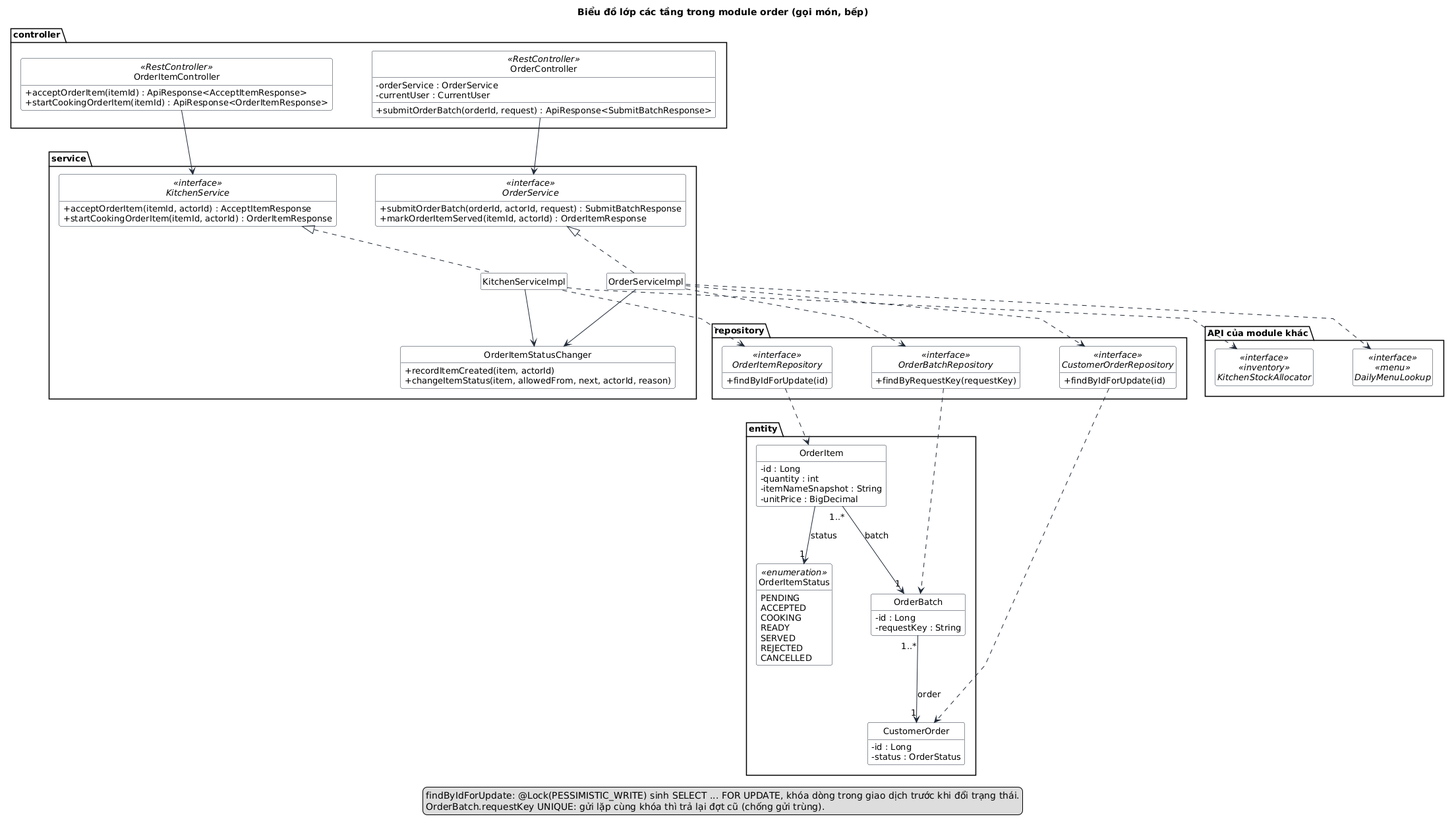
Before: docs/bao-cao-ltnc/uml/class-ban-hang.png, a diagram exported from PlantUML (Anpham120/restaurant-management-system).
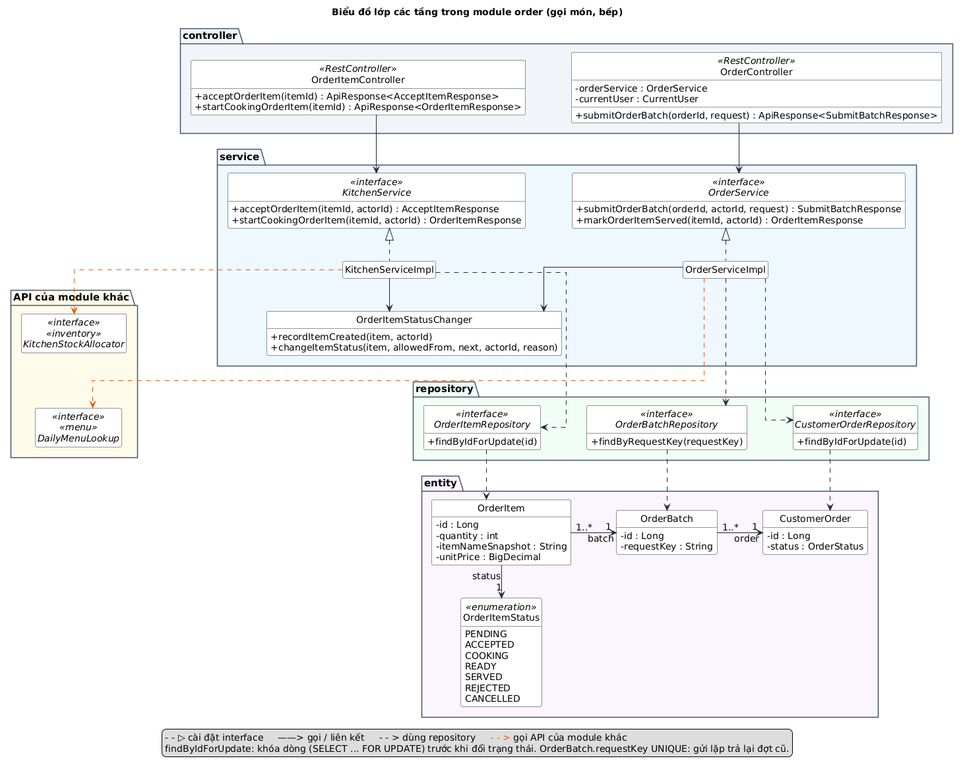
The same file after the commit.

Change to the diagram source:
```diff
@@ -2,63 +2,77 @@
 !include _style.iuml
 skinparam style strictuml
 hide empty members
+skinparam linetype ortho
+skinparam nodesep 70
+skinparam ranksep 50
+skinparam defaultFontSize 14
+skinparam package {
+  BorderColor #475569
+  FontStyle bold
+  FontSize 15
+}
 title Biểu đồ lớp các tầng trong module order (gọi món, bếp)
-skinparam linetype polyline
-skinparam nodesep 60
-skinparam ranksep 70
 
-package "controller" {
+package "controller" #F1F5F9 {
+  class OrderItemController <<RestController>> {
+    + acceptOrderItem(itemId) : ApiResponse<AcceptItemResponse>
+    + startCookingOrderItem(itemId) : ApiResponse<OrderItemResponse>
+  }
   class OrderController <<RestController>> {
     - orderService : OrderService
     - currentUser : CurrentUser
     + submitOrderBatch(orderId, request) : ApiResponse<SubmitBatchResponse>
   }
-  class OrderItemController <<RestController>> {
-    + acceptOrderItem(itemId) : ApiResponse<AcceptItemResponse>
-    + startCookingOrderItem(itemId) : ApiResponse<OrderItemResponse>
+}
+
+package "service" #EFF6FF {
+  interface KitchenService <<interface>> {
+    + acceptOrderItem(itemId, actorId) : AcceptItemResponse
+    + startCookingOrderItem(itemId, actorId) : OrderItemResponse
   }
-}
-package "service" {
   interface OrderService <<interface>> {
     + submitOrderBatch(orderId, actorId, request) : SubmitBatchResponse
     + markOrderItemServed(itemId, actorId) : OrderItemResponse
   }
-  interface KitchenService <<interface>> {
-    + acceptOrderItem(itemId, actorId) : AcceptItemResponse
-    + startCookingOrderItem(itemId, actorId) : OrderItemResponse
-  }
+  class KitchenServiceImpl
   class OrderServiceImpl
-  class KitchenServiceImpl
   class OrderItemStatusChanger {
     + recordItemCreated(item, actorId)
     + changeItemStatus(item, allowedFrom, next, actorId, reason)
   }
 }
-package "repository" {
-  interface CustomerOrderRepository <<interface>> {
+
+package "API của module khác" #FFFBEB {
+  interface KitchenStockAllocator <<interface>> <<inventory>>
+  interface DailyMenuLookup <<interface>> <<menu>>
+}
+
+package "repository" #F0FDF4 {
+  interface OrderItemRepository <<interface>> {
     + findByIdForUpdate(id)
   }
   interface OrderBatchRepository <<interface>> {
     + findByRequestKey(requestKey)
   }
-  interface OrderItemRepository <<interface>> {
+  interface CustomerOrderRepository <<interface>> {
     + findByIdForUpdate(id)
   }
 }
-package "entity" {
-  class CustomerOrder {
+
+package "entity" #FAF5FF {
+  class OrderItem {
     - id : Long
-    - status : OrderStatus
+    - quantity : int
+    - itemNameSnapshot : String
+    - unitPrice : BigDecimal
   }
   class OrderBatch {
     - id : Long
     - requestKey : String
   }
-  class OrderItem {
+  class CustomerOrder {
     - id : Long
-    - quantity : int
-    - itemNameSnapshot : String
-    - unitPrice : BigDecimal
+    - status : OrderStatus
   }
   enum OrderItemStatus <<enumeration>> {
     PENDING
@@ -70,30 +84,34 @@
     CANCELLED
   }
 }
-package "API của module khác" {
-  interface DailyMenuLookup <<interface>> <<menu>>
-  interface KitchenStockAllocator <<interface>> <<inventory>>
-}
 
+OrderItemController -[hidden]right- OrderController
+KitchenService -[hidden]right- OrderService
+OrderItemRepository -[hidden]right- OrderBatchRepository
+OrderBatchRepository -[hidden]right- CustomerOrderRepository
+KitchenStockAllocator -[hidden]down- DailyMenuLookup
+OrderItemStatusChanger -[hidden]down- OrderBatchRepository
+
+OrderItemController --> KitchenService
 OrderController --> OrderService
-OrderItemController --> KitchenService
+KitchenService <|.. KitchenServiceImpl
 OrderService <|.. OrderServiceImpl
-KitchenService <|.. KitchenServiceImpl
+KitchenServiceImpl --> OrderItemStatusChanger
 OrderServiceImpl --> OrderItemStatusChanger
-KitchenServiceImpl --> OrderItemStatusChanger
+KitchenServiceImpl ..> OrderItemRepository
+OrderServiceImpl ..> OrderBatchRepository
 OrderServiceImpl ..> CustomerOrderRepository
-OrderServiceImpl ..> OrderBatchRepository
-KitchenServiceImpl ..> OrderItemRepository
-OrderServiceImpl ..> DailyMenuLookup
-KitchenServiceImpl ..> KitchenStockAllocator
+KitchenServiceImpl .[#EA580C].> KitchenStockAllocator
+OrderServiceImpl .[#EA580C].> DailyMenuLookup
+OrderItemRepository ..> OrderItem
+OrderBatchRepository ..> OrderBatch
 CustomerOrderRepository ..> CustomerOrder
-OrderBatchRepository ..> OrderBatch
-OrderItemRepository ..> OrderItem
-OrderBatch "1..*" --> "1" CustomerOrder : order
-OrderItem "1..*" --> "1" OrderBatch : batch
+OrderItem "1..*" -right-> "1" OrderBatch : batch
+OrderBatch "1..*" -right-> "1" CustomerOrder : order
 OrderItem --> "1" OrderItemStatus : status
+
 legend bottom
-  findByIdForUpdate: @Lock(PESSIMISTIC_WRITE) sinh SELECT ... FOR UPDATE, khóa dòng trong giao dịch trước khi đổi trạng thái.
-  OrderBatch.requestKey UNIQUE: gửi lặp cùng khóa thì trả lại đợt cũ (chống gửi trùng).
+  - - ▷ cài đặt interface     ——> gọi / liên kết     - - > dùng repository     <color:#EA580C>- - ></color> gọi API của module khác
+  findByIdForUpdate: khóa dòng (SELECT ... FOR UPDATE) trước khi đổi trạng thái. OrderBatch.requestKey UNIQUE: gửi lặp trả lại đợt cũ.
 endlegend
 @enduml
```
